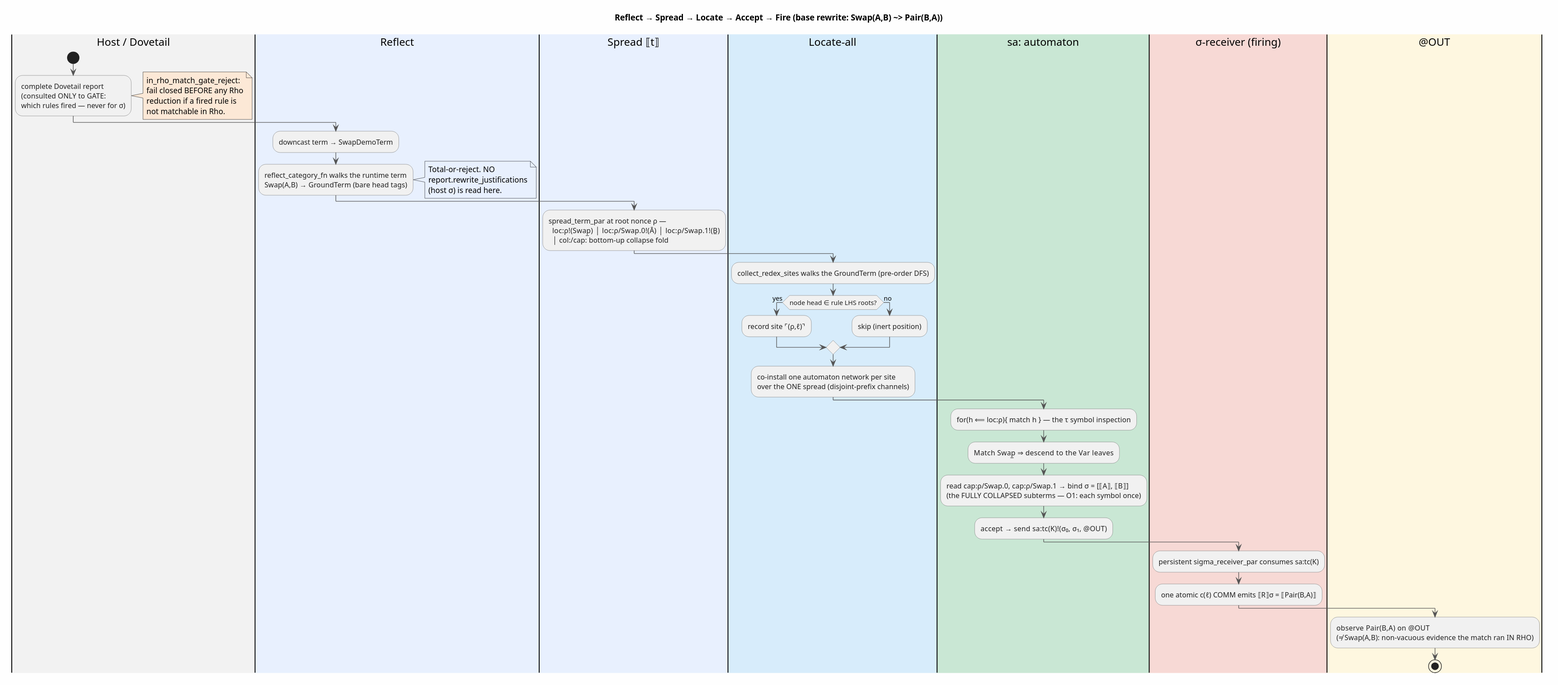
F1R3FLY-io/mettail-rust keeps this PlantUML diagram as docs/architecture/rho-native-integration/figures/in-rho-base-matching-flow.svg. Above is the earlier version.
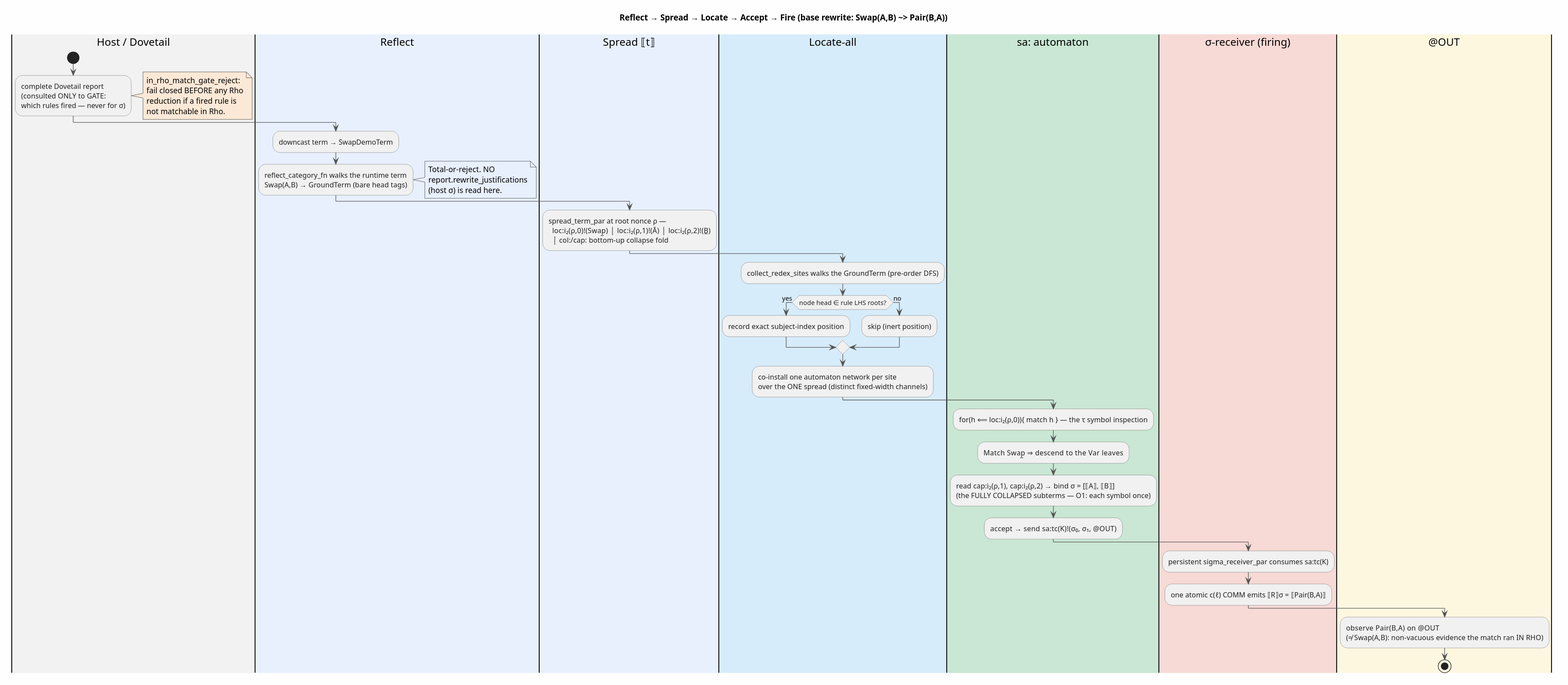
The same diagram one commit later.

The edit, as a diff of the source:
```diff
@@ -35,23 +35,23 @@
 
 |#E8F0FE|Spread ⟦t⟧|
 :spread_term_par at root nonce ρ —
-  loc:ρ!(Swap̲)  │  loc:ρ/Swap.0!(Ā)  │  loc:ρ/Swap.1!(B̲)
+  loc:i₂(ρ,0)!(Swap̲)  │  loc:i₂(ρ,1)!(Ā)  │  loc:i₂(ρ,2)!(B̲)
   │  col:/cap: bottom-up collapse fold;
 
 |#D7ECFB|Locate-all|
 :collect_redex_sites walks the GroundTerm (pre-order DFS);
 if (node head ∈ rule LHS roots?) then (yes)
-  :record site ⌜(ρ,ℓ)⌝;
+  :record exact subject-index position;
 else (no)
   :skip (inert position);
 endif
 :co-install one automaton network per site
-over the ONE spread (disjoint-prefix channels);
+over the ONE spread (distinct fixed-width channels);
 
 |#C9E7D4|sa: automaton|
-:for(h ⟸ loc:ρ){ match h }  — the τ symbol inspection;
+:for(h ⟸ loc:i₂(ρ,0)){ match h }  — the τ symbol inspection;
 :Match  Swap̲  ⇒  descend to the Var leaves;
-:read cap:ρ/Swap.0, cap:ρ/Swap.1  →  bind σ = [⟦A⟧, ⟦B⟧]
+:read cap:i₂(ρ,1), cap:i₂(ρ,2)  →  bind σ = [⟦A⟧, ⟦B⟧]
 (the FULLY COLLAPSED subterms — O1: each symbol once);
 :accept  →  send  sa:tc(K)!(σ₀, σ₁, @OUT);
 
```
